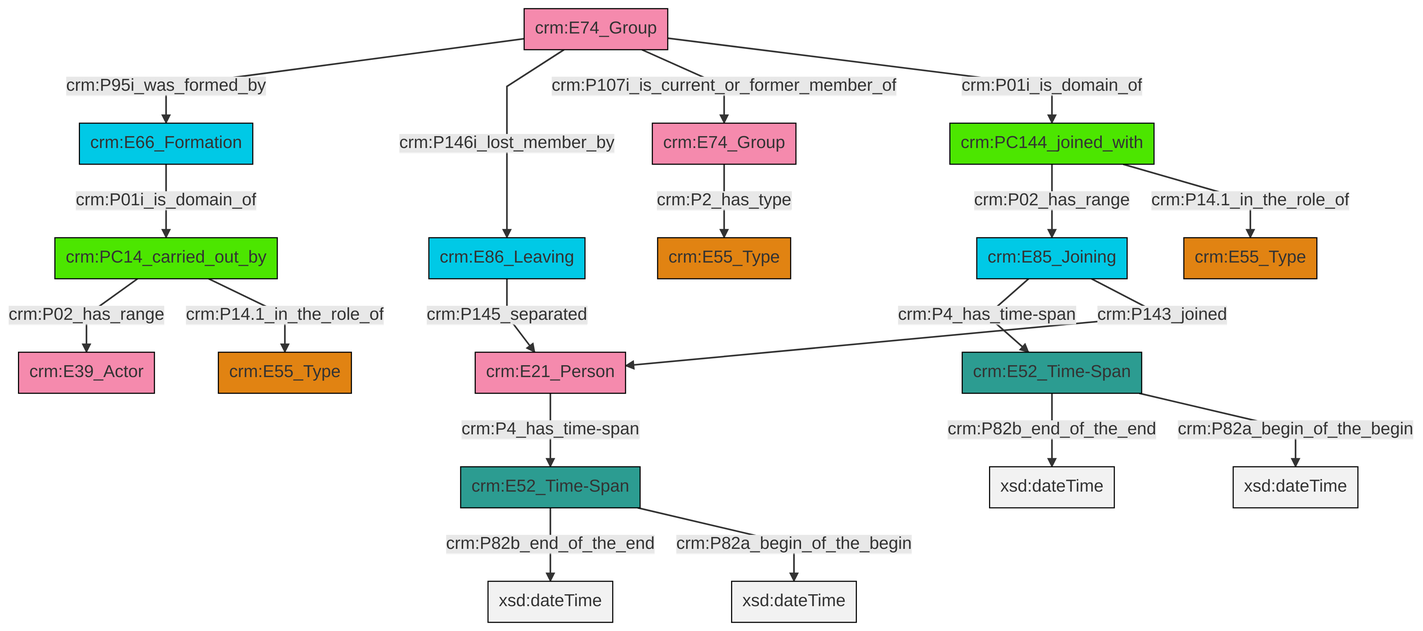
Above: et/groupCSV/ttl/mmd/png/group_actor_relations.png in swiss-art-research-net/reference-data-models (Mermaid), before the change. Its source is kept beside it as et/groupCSV/ttl/mmd/group_actor_relations.ttl.mmd.
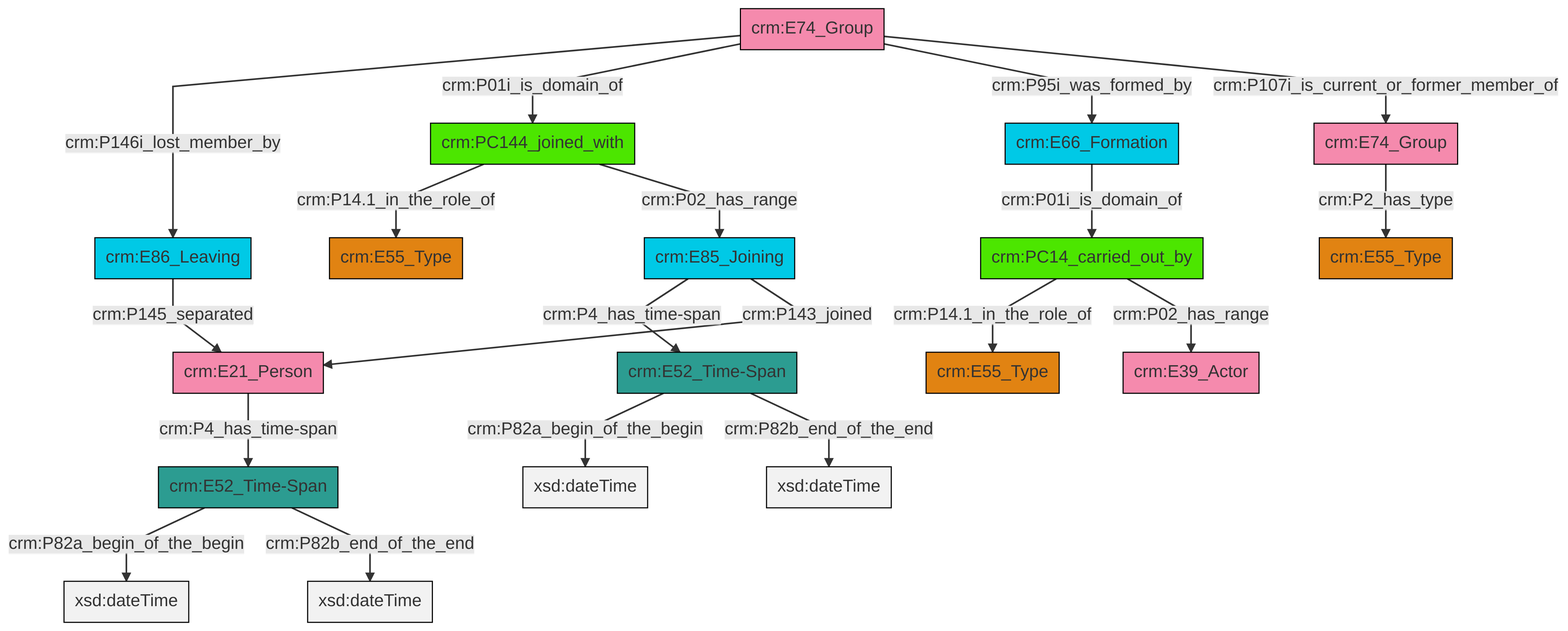
After the commit.

The edit, as a diff of the source:
```diff
@@ -13,21 +13,21 @@
 classDef PC_Classes fill:#4ce600, stroke:#000000;
 classDef Multi fill:#cccccc,stroke:#000000;
 
-2["crm:E21_Person"]:::Actor -->|crm:P4_has_time-span| 3["crm:E52_Time-Span"]:::Time-Span
-9["crm:E74_Group"]:::Actor -->|crm:P95i_was_formed_by| 10["crm:E66_Formation"]:::Temporal_Entity
-14["crm:PC14_carried_out_by"]:::PC_Classes -->|crm:P02_has_range| 15["crm:E39_Actor"]:::Actor
-10["crm:E66_Formation"]:::Temporal_Entity -->|crm:P01i_is_domain_of| 14["crm:PC14_carried_out_by"]:::PC_Classes
-3["crm:E52_Time-Span"]:::Time-Span -->|crm:P82b_end_of_the_end| 20[xsd:dateTime]:::Literal
-17["crm:PC144_joined_with"]:::PC_Classes -->|crm:P02_has_range| 22["crm:E85_Joining"]:::Temporal_Entity
-22["crm:E85_Joining"]:::Temporal_Entity -->|crm:P4_has_time-span| 23["crm:E52_Time-Span"]:::Time-Span
-17["crm:PC144_joined_with"]:::PC_Classes -->|crm:P14.1_in_the_role_of| 11["crm:E55_Type"]:::Type
-23["crm:E52_Time-Span"]:::Time-Span -->|crm:P82b_end_of_the_end| 24[xsd:dateTime]:::Literal
-14["crm:PC14_carried_out_by"]:::PC_Classes -->|crm:P14.1_in_the_role_of| 5["crm:E55_Type"]:::Type
-26["crm:E74_Group"]:::Actor -->|crm:P2_has_type| 0["crm:E55_Type"]:::Type
-9["crm:E74_Group"]:::Actor -->|crm:P146i_lost_member_by| 7["crm:E86_Leaving"]:::Temporal_Entity
-9["crm:E74_Group"]:::Actor -->|crm:P107i_is_current_or_former_member_of| 26["crm:E74_Group"]:::Actor
-23["crm:E52_Time-Span"]:::Time-Span -->|crm:P82a_begin_of_the_begin| 30[xsd:dateTime]:::Literal
-7["crm:E86_Leaving"]:::Temporal_Entity -->|crm:P145_separated| 2["crm:E21_Person"]:::Actor
-9["crm:E74_Group"]:::Actor -->|crm:P01i_is_domain_of| 17["crm:PC144_joined_with"]:::PC_Classes
-22["crm:E85_Joining"]:::Temporal_Entity -->|crm:P143_joined| 2["crm:E21_Person"]:::Actor
-3["crm:E52_Time-Span"]:::Time-Span -->|crm:P82a_begin_of_the_begin| 34[xsd:dateTime]:::Literal
+8["crm:E74_Group"]:::Actor -->|crm:P146i_lost_member_by| 9["crm:E86_Leaving"]:::Temporal_Entity
+4["crm:E74_Group"]:::Actor -->|crm:P2_has_type| 10["crm:E55_Type"]:::Type
+2["crm:E85_Joining"]:::Temporal_Entity -->|crm:P4_has_time-span| 12["crm:E52_Time-Span"]:::Time-Span
+12["crm:E52_Time-Span"]:::Time-Span -->|crm:P82a_begin_of_the_begin| 13[xsd:dateTime]:::Literal
+14["crm:PC14_carried_out_by"]:::PC_Classes -->|crm:P14.1_in_the_role_of| 0["crm:E55_Type"]:::Type
+15["crm:PC144_joined_with"]:::PC_Classes -->|crm:P14.1_in_the_role_of| 17["crm:E55_Type"]:::Type
+9["crm:E86_Leaving"]:::Temporal_Entity -->|crm:P145_separated| 6["crm:E21_Person"]:::Actor
+14["crm:PC14_carried_out_by"]:::PC_Classes -->|crm:P02_has_range| 23["crm:E39_Actor"]:::Actor
+25["crm:E52_Time-Span"]:::Time-Span -->|crm:P82a_begin_of_the_begin| 26[xsd:dateTime]:::Literal
+8["crm:E74_Group"]:::Actor -->|crm:P01i_is_domain_of| 15["crm:PC144_joined_with"]:::PC_Classes
+15["crm:PC144_joined_with"]:::PC_Classes -->|crm:P02_has_range| 2["crm:E85_Joining"]:::Temporal_Entity
+6["crm:E21_Person"]:::Actor -->|crm:P4_has_time-span| 25["crm:E52_Time-Span"]:::Time-Span
+8["crm:E74_Group"]:::Actor -->|crm:P95i_was_formed_by| 19["crm:E66_Formation"]:::Temporal_Entity
+19["crm:E66_Formation"]:::Temporal_Entity -->|crm:P01i_is_domain_of| 14["crm:PC14_carried_out_by"]:::PC_Classes
+25["crm:E52_Time-Span"]:::Time-Span -->|crm:P82b_end_of_the_end| 29[xsd:dateTime]:::Literal
+2["crm:E85_Joining"]:::Temporal_Entity -->|crm:P143_joined| 6["crm:E21_Person"]:::Actor
+8["crm:E74_Group"]:::Actor -->|crm:P107i_is_current_or_former_member_of| 4["crm:E74_Group"]:::Actor
+12["crm:E52_Time-Span"]:::Time-Span -->|crm:P82b_end_of_the_end| 32[xsd:dateTime]:::Literal
```
